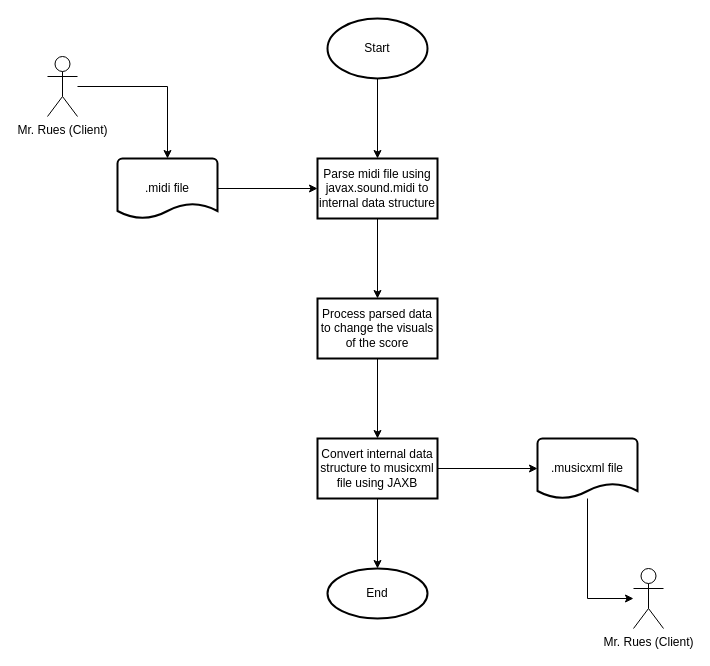
Earlier version of the draw.io diagram docs/flowcharts/1.1 overview-alt.drawio (Bingergie/midi2musicxml). Source tidied: cells renumbered, new cells numbered last; positions are measured from the earlier drawing's top-left corner, leaving out a move shared by most shapes. Both pictures are drawn from the tidied source at 100%, with x=0, y=0 at pixel (47, 18).
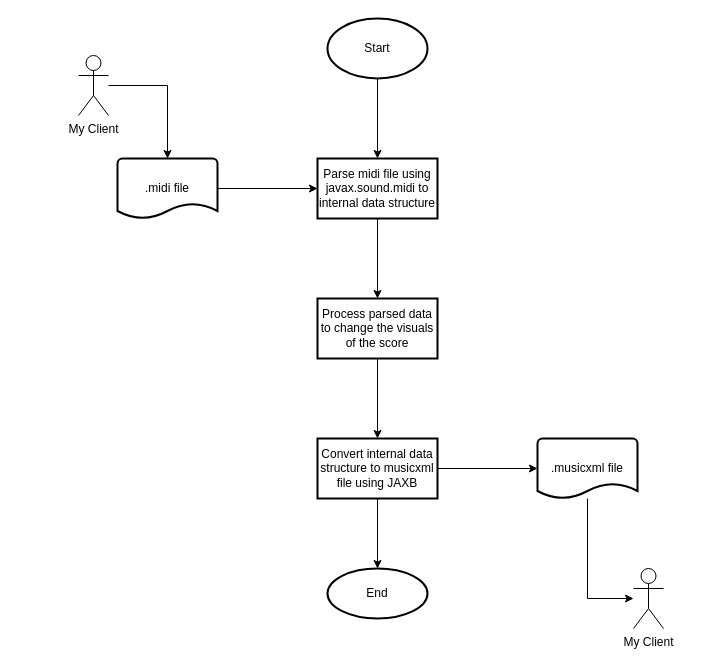
The same diagram, later.

What changed in the source:
```diff
@@
-    <mxCell id="17" value="Mr. Rues (Client)" style="shape=umlActor;verticalLabelPosition=bottom;verticalAlign=top;html=1;outlineConnect=0;" parent="1" vertex="1">
-      <mxGeometry y="38" width="30" height="60" as="geometry" />
+    <mxCell id="17" value="My Client" style="shape=umlActor;verticalLabelPosition=bottom;verticalAlign=top;html=1;outlineConnect=0;" parent="1" vertex="1">
+      <mxGeometry x="31" y="37" width="30" height="60" as="geometry" />
     </mxCell>
-    <mxCell id="18" value="Mr. Rues (Client)" style="shape=umlActor;verticalLabelPosition=bottom;verticalAlign=top;html=1;outlineConnect=0;" parent="1" vertex="1">
+    <mxCell id="18" value="My Client" style="shape=umlActor;verticalLabelPosition=bottom;verticalAlign=top;html=1;outlineConnect=0;" parent="1" vertex="1">
       <mxGeometry x="586" y="550" width="30" height="60" as="geometry" />
     </mxCell>
```
